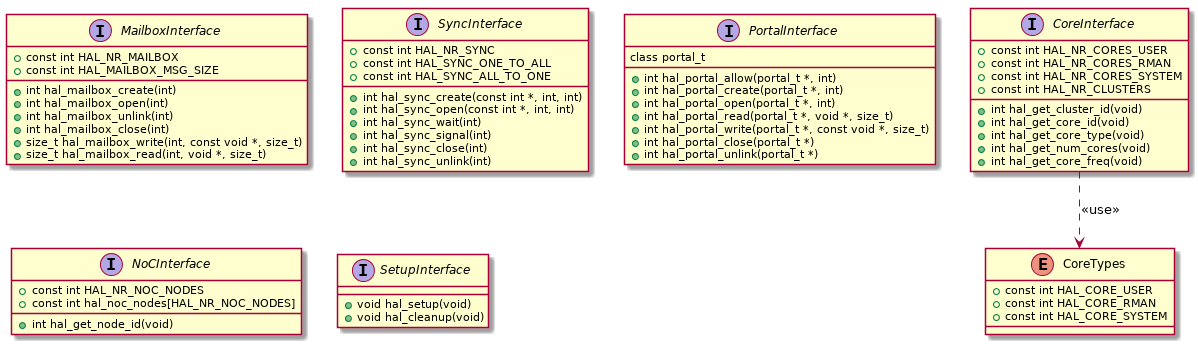
mbcastro/multikernel keeps this PlantUML diagram as doc/classes/microkernel-hal.png. Above is the earlier version. Source of this version:
```plantuml
@startuml

enum CoreTypes {
	+ const int HAL_CORE_USER
	+ const int HAL_CORE_RMAN
	+ const int HAL_CORE_SYSTEM
}

interface CoreInterface {
	+ const int HAL_NR_CORES_USER
	+ const int HAL_NR_CORES_RMAN
	+ const int HAL_NR_CORES_SYSTEM
	+ const int HAL_NR_CLUSTERS
	+ int hal_get_cluster_id(void)
	+ int hal_get_core_id(void)
	+ int hal_get_core_type(void)
	+ int hal_get_num_cores(void)
	+ int hal_get_core_freq(void)
}

interface MailboxInterface {
	+ const int HAL_NR_MAILBOX
	+ const int HAL_MAILBOX_MSG_SIZE
	+ int hal_mailbox_create(int)
	+ int hal_mailbox_open(int)
	+ int hal_mailbox_unlink(int)
	+ int hal_mailbox_close(int)
	+ size_t hal_mailbox_write(int, const void *, size_t)
	+ size_t hal_mailbox_read(int, void *, size_t)
}

interface SyncInterface {
	+ const int HAL_NR_SYNC
	+ const int HAL_SYNC_ONE_TO_ALL
	+ const int HAL_SYNC_ALL_TO_ONE
	+ int hal_sync_create(const int *, int, int)
	+ int hal_sync_open(const int *, int, int)
	+ int hal_sync_wait(int)
	+ int hal_sync_signal(int)
	+ int hal_sync_close(int)
	+ int hal_sync_unlink(int)
}

interface PortalInterface {
	class portal_t
	+ int hal_portal_allow(portal_t *, int)
	+ int hal_portal_create(portal_t *, int)
	+ int hal_portal_open(portal_t *, int)
	+ int hal_portal_read(portal_t *, void *, size_t)
	+ int hal_portal_write(portal_t *, const void *, size_t)
	+ int hal_portal_close(portal_t *)
	+ int hal_portal_unlink(portal_t *)
}

interface NoCInterface {
	+ const int HAL_NR_NOC_NODES
	+ const int hal_noc_nodes[HAL_NR_NOC_NODES]
	+ int hal_get_node_id(void)
}

interface SetupInterface {
	+ void hal_setup(void)
	+ void hal_cleanup(void)
}

CoreInterface ..> CoreTypes : <<use>>

@enduml
```
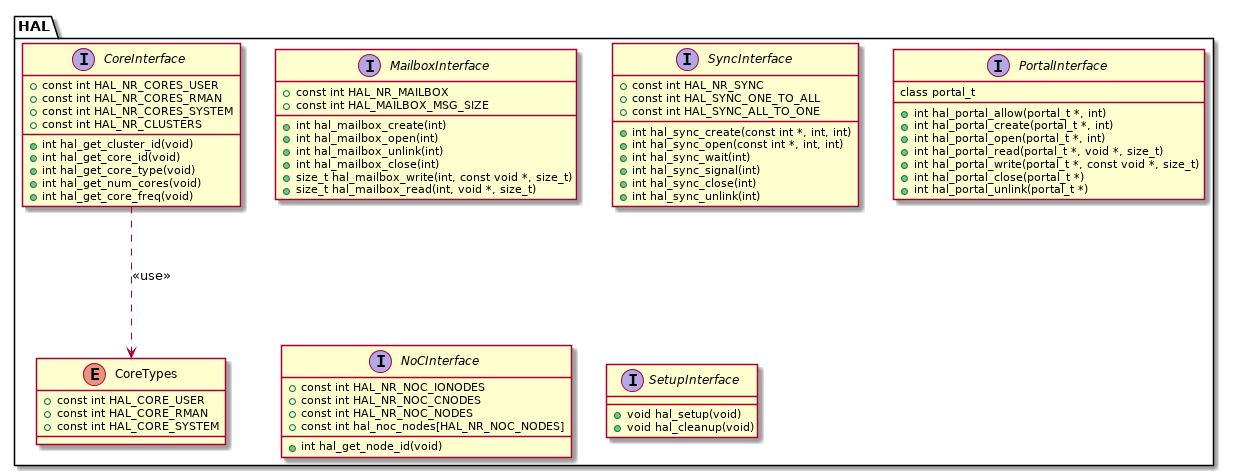
After the change.

Commit message:
Adding IONODES and CNODES to HAL

What changed in the source:
```diff
@@ -1,12 +1,12 @@
 @startuml
 
-enum CoreTypes {
+enum HAL.CoreTypes {
 	+ const int HAL_CORE_USER
 	+ const int HAL_CORE_RMAN
 	+ const int HAL_CORE_SYSTEM
 }
 
-interface CoreInterface {
+interface HAL.CoreInterface {
 	+ const int HAL_NR_CORES_USER
 	+ const int HAL_NR_CORES_RMAN
 	+ const int HAL_NR_CORES_SYSTEM
@@ -18,7 +18,7 @@
 	+ int hal_get_core_freq(void)
 }
 
-interface MailboxInterface {
+interface HAL.MailboxInterface {
 	+ const int HAL_NR_MAILBOX
 	+ const int HAL_MAILBOX_MSG_SIZE
 	+ int hal_mailbox_create(int)
@@ -29,7 +29,7 @@
 	+ size_t hal_mailbox_read(int, void *, size_t)
 }
 
-interface SyncInterface {
+interface HAL.SyncInterface {
 	+ const int HAL_NR_SYNC
 	+ const int HAL_SYNC_ONE_TO_ALL
 	+ const int HAL_SYNC_ALL_TO_ONE
@@ -41,7 +41,7 @@
 	+ int hal_sync_unlink(int)
 }
 
-interface PortalInterface {
+interface HAL.PortalInterface {
 	class portal_t
 	+ int hal_portal_allow(portal_t *, int)
 	+ int hal_portal_create(portal_t *, int)
@@ -52,17 +52,19 @@
 	+ int hal_portal_unlink(portal_t *)
 }
 
-interface NoCInterface {
+interface HAL.NoCInterface {
+	+ const int HAL_NR_NOC_IONODES
+	+ const int HAL_NR_NOC_CNODES
 	+ const int HAL_NR_NOC_NODES
 	+ const int hal_noc_nodes[HAL_NR_NOC_NODES]
 	+ int hal_get_node_id(void)
 }
 
-interface SetupInterface {
+interface HAL.SetupInterface {
 	+ void hal_setup(void)
 	+ void hal_cleanup(void)
 }
 
-CoreInterface ..> CoreTypes : <<use>>
+HAL.CoreInterface ..> HAL.CoreTypes : <<use>>
 
 @enduml
```
